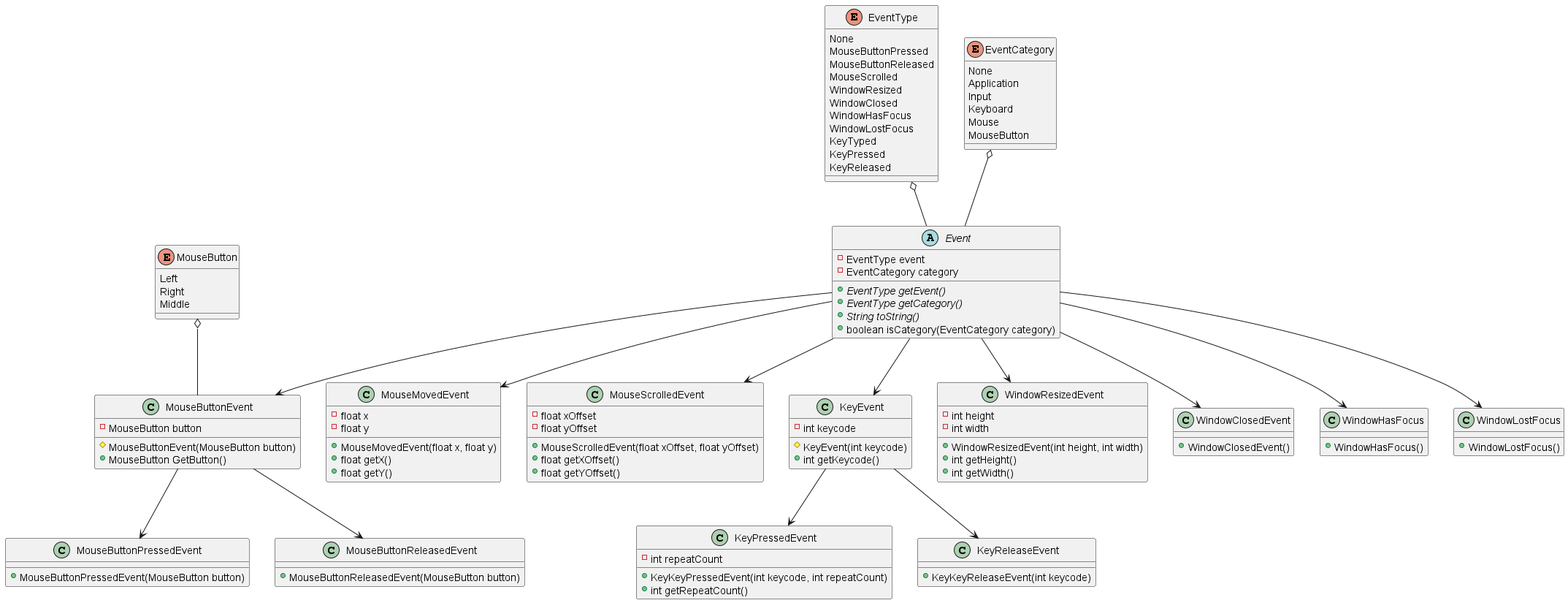
Earlier version of the PlantUML export docs/src/diagrams/event_system.png (dani3/bit-of-sharp-practice). The source it was exported from:
```plantuml
@startuml
enum EventType {
    None
    MouseButtonPressed
    MouseButtonReleased
    MouseScrolled
    WindowResized
    WindowClosed
    WindowHasFocus
    WindowLostFocus
    KeyTyped
    KeyPressed
    KeyReleased
}

enum EventCategory {
    None
    Application
    Input
    Keyboard
    Mouse
    MouseButton
}

abstract class Event {
    - EventType event
    - EventCategory category
    {abstract} + EventType getEvent()
    {abstract} + EventType getCategory()
    {abstract} + String toString()
    + boolean isCategory(EventCategory category)
}

enum MouseButton {
    Left
    Right
    Middle
}

class MouseButtonEvent {
    - MouseButton button
    # MouseButtonEvent(MouseButton button)
    + MouseButton GetButton()
}

class MouseButtonPressedEvent {
    + MouseButtonPressedEvent(MouseButton button)
}

class MouseButtonReleasedEvent {
    + MouseButtonReleasedEvent(MouseButton button)
}

class MouseMovedEvent {
    - float x
    - float y
    + MouseMovedEvent(float x, float y)
    + float getX()
    + float getY()
}

class MouseScrolledEvent {
    - float xOffset
    - float yOffset
    + MouseScrolledEvent(float xOffset, float yOffset)
    + float getXOffset()
    + float getYOffset()
}

class KeyEvent {
    - int keycode
    # KeyEvent(int keycode)
    + int getKeycode()
}

class KeyPressedEvent {
    - int repeatCount
    + KeyKeyPressedEvent(int keycode, int repeatCount)
    + int getRepeatCount()
}

class KeyReleaseEvent {
    + KeyKeyReleaseEvent(int keycode)
}

class WindowResizedEvent {
    - int height
    - int width
    + WindowResizedEvent(int height, int width)
    + int getHeight()
    + int getWidth()
}
class WindowClosedEvent {
    + WindowClosedEvent()
}

class WindowHasFocus {
    + WindowHasFocus()
}

class WindowLostFocus {
    + WindowLostFocus()
}

EventType o-- Event
EventCategory o-- Event
MouseButton o-- MouseButtonEvent

MouseButtonEvent --> MouseButtonPressedEvent
MouseButtonEvent --> MouseButtonReleasedEvent

KeyEvent --> KeyPressedEvent
KeyEvent --> KeyReleaseEvent

Event --> MouseButtonEvent
Event --> MouseMovedEvent
Event --> MouseScrolledEvent
Event --> KeyEvent
Event --> WindowResizedEvent
Event --> WindowClosedEvent
Event --> WindowHasFocus
Event --> WindowLostFocus

@enduml
```
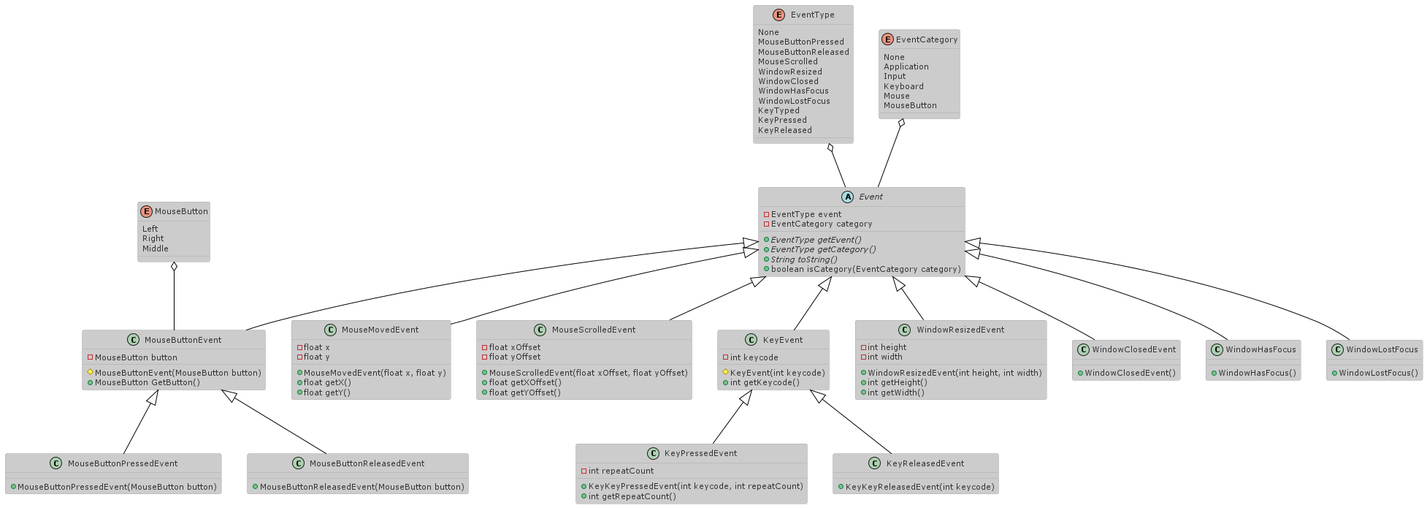
After the commit.

Diff of the diagram source:
```diff
@@ -1,4 +1,7 @@
 @startuml
+
+!theme reddress-lightorange
+
 enum EventType {
     None
     MouseButtonPressed
@@ -37,21 +40,21 @@
     Middle
 }
 
-class MouseButtonEvent {
+class MouseButtonEvent extends Event {
     - MouseButton button
     # MouseButtonEvent(MouseButton button)
     + MouseButton GetButton()
 }
 
-class MouseButtonPressedEvent {
+class MouseButtonPressedEvent extends MouseButtonEvent {
     + MouseButtonPressedEvent(MouseButton button)
 }
 
-class MouseButtonReleasedEvent {
+class MouseButtonReleasedEvent extends MouseButtonEvent {
     + MouseButtonReleasedEvent(MouseButton button)
 }
 
-class MouseMovedEvent {
+class MouseMovedEvent extends Event {
     - float x
     - float y
     + MouseMovedEvent(float x, float y)
@@ -59,7 +62,7 @@
     + float getY()
 }
 
-class MouseScrolledEvent {
+class MouseScrolledEvent extends Event {
     - float xOffset
     - float yOffset
     + MouseScrolledEvent(float xOffset, float yOffset)
@@ -67,38 +70,38 @@
     + float getYOffset()
 }
 
-class KeyEvent {
+class KeyEvent extends Event {
     - int keycode
     # KeyEvent(int keycode)
     + int getKeycode()
 }
 
-class KeyPressedEvent {
+class KeyPressedEvent extends KeyEvent {
     - int repeatCount
     + KeyKeyPressedEvent(int keycode, int repeatCount)
     + int getRepeatCount()
 }
 
-class KeyReleaseEvent {
-    + KeyKeyReleaseEvent(int keycode)
+class KeyReleasedEvent extends KeyEvent {
+    + KeyKeyReleasedEvent(int keycode)
 }
 
-class WindowResizedEvent {
+class WindowResizedEvent extends Event {
     - int height
     - int width
     + WindowResizedEvent(int height, int width)
     + int getHeight()
     + int getWidth()
 }
-class WindowClosedEvent {
+class WindowClosedEvent extends Event {
     + WindowClosedEvent()
 }
 
-class WindowHasFocus {
+class WindowHasFocus extends Event {
     + WindowHasFocus()
 }
 
-class WindowLostFocus {
+class WindowLostFocus extends Event {
     + WindowLostFocus()
 }
 
@@ -106,19 +109,4 @@
 EventCategory o-- Event
 MouseButton o-- MouseButtonEvent
 
-MouseButtonEvent --> MouseButtonPressedEvent
-MouseButtonEvent --> MouseButtonReleasedEvent
-
-KeyEvent --> KeyPressedEvent
-KeyEvent --> KeyReleaseEvent
-
-Event --> MouseButtonEvent
-Event --> MouseMovedEvent
-Event --> MouseScrolledEvent
-Event --> KeyEvent
-Event --> WindowResizedEvent
-Event --> WindowClosedEvent
-Event --> WindowHasFocus
-Event --> WindowLostFocus
-
 @enduml
```
